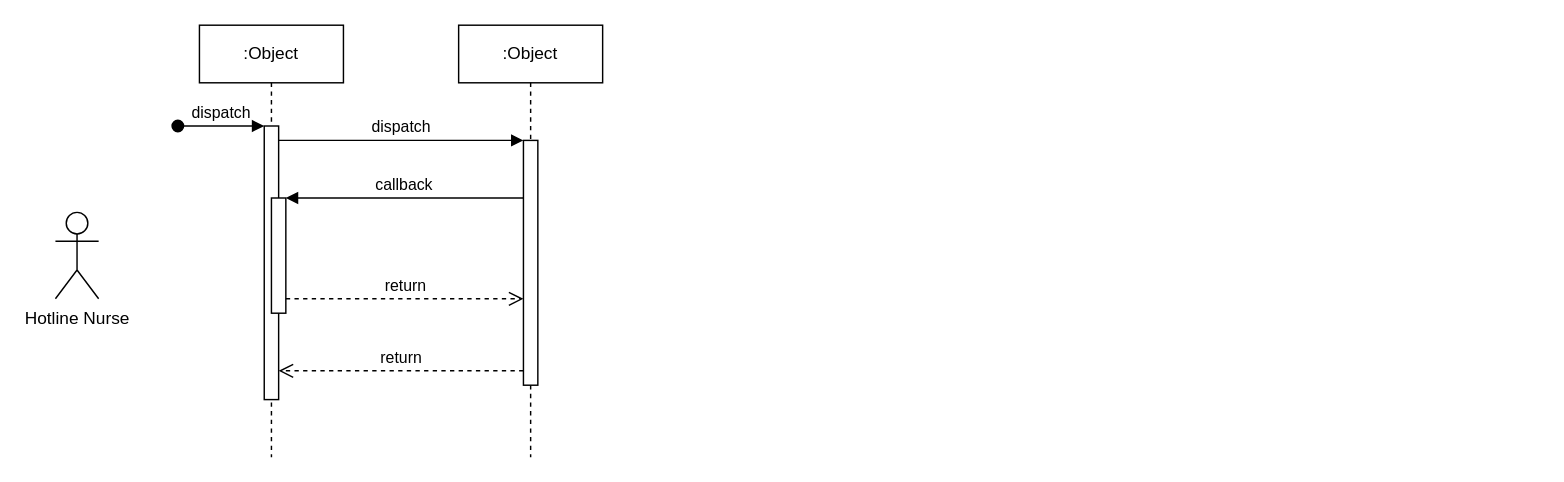
Earlier version of the draw.io diagram AmirWork/Nurse_Hotline_SequenceDiagram.drawio (SENG-350-2024-fall/Team9). Source tidied: cells renumbered, new cells numbered last; positions are measured from the earlier drawing's top-left corner, leaving out a move shared by most shapes. Both pictures are drawn from the tidied source at 144%, with x=0, y=0 at pixel (55, 24).
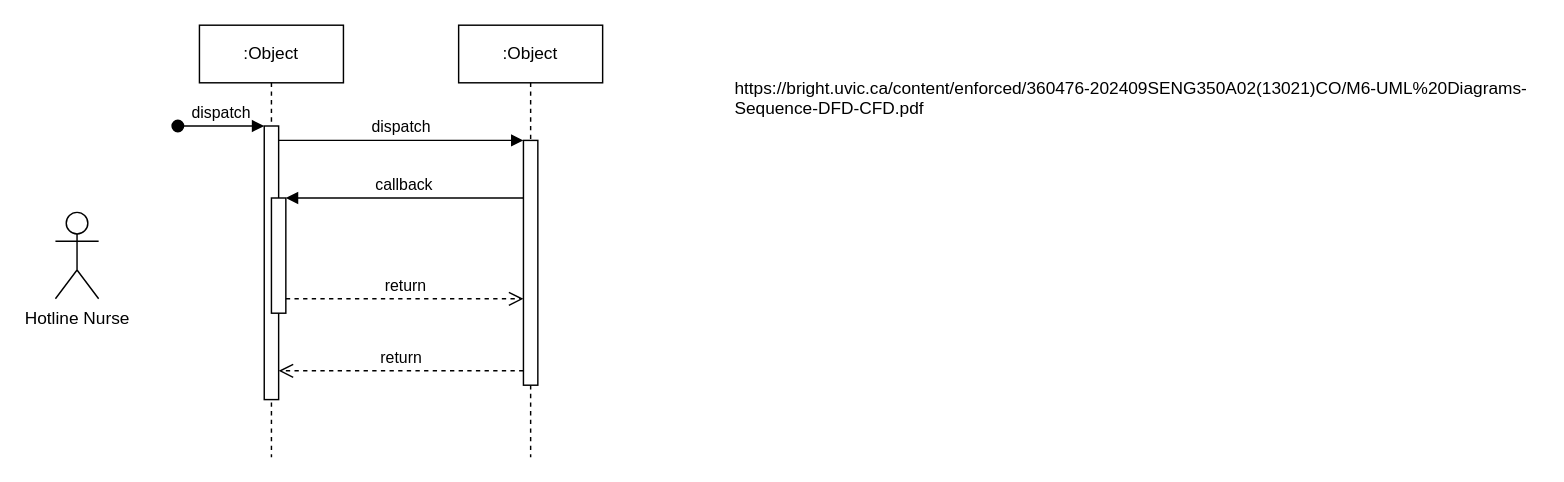
Above is the later version.

The edit, as a diff of the source:
```diff
@@
 <mxGraphModel>
   <root>
     <mxCell id="0" />
     <mxCell id="1" parent="0" />
     <mxCell id="2" value=":Object" style="shape=umlLifeline;perimeter=lifelinePerimeter;whiteSpace=wrap;html=1;newEdgeStyle={&quot;edgeStyle&quot;:&quot;elbowEdgeStyle&quot;,&quot;elbow&quot;:&quot;vertical&quot;,&quot;curved&quot;:0,&quot;rounded&quot;:0};" parent="1" vertex="1">
       <mxGeometry x="100" width="100" height="300" as="geometry" />
     </mxCell>
     <mxCell id="3" style="html=1;points=[];perimeter=orthogonalPerimeter;outlineConnect=0;targetShapes=umlLifeline;portConstraint=eastwest;newEdgeStyle={&quot;edgeStyle&quot;:&quot;elbowEdgeStyle&quot;,&quot;elbow&quot;:&quot;vertical&quot;,&quot;curved&quot;:0,&quot;rounded&quot;:0};" parent="2" vertex="1">
       <mxGeometry x="45" y="70" width="10" height="190" as="geometry" />
     </mxCell>
     <mxCell id="4" value="dispatch" style="html=1;verticalAlign=bottom;startArrow=oval;endArrow=block;startSize=8;edgeStyle=elbowEdgeStyle;elbow=vertical;curved=0;rounded=0;" parent="2" edge="1" target="3">
       <mxGeometry relative="1" as="geometry">
         <mxPoint x="-15" y="70" as="sourcePoint" />
       </mxGeometry>
     </mxCell>
     <mxCell id="5" style="html=1;points=[];perimeter=orthogonalPerimeter;outlineConnect=0;targetShapes=umlLifeline;portConstraint=eastwest;newEdgeStyle={&quot;edgeStyle&quot;:&quot;elbowEdgeStyle&quot;,&quot;elbow&quot;:&quot;vertical&quot;,&quot;curved&quot;:0,&quot;rounded&quot;:0};" parent="2" vertex="1">
       <mxGeometry x="50" y="120" width="10" height="80" as="geometry" />
     </mxCell>
     <mxCell id="6" value=":Object" style="shape=umlLifeline;perimeter=lifelinePerimeter;whiteSpace=wrap;html=1;newEdgeStyle={&quot;edgeStyle&quot;:&quot;elbowEdgeStyle&quot;,&quot;elbow&quot;:&quot;vertical&quot;,&quot;curved&quot;:0,&quot;rounded&quot;:0};" parent="1" vertex="1">
       <mxGeometry x="280" width="100" height="300" as="geometry" />
     </mxCell>
     <mxCell id="7" style="html=1;points=[];perimeter=orthogonalPerimeter;outlineConnect=0;targetShapes=umlLifeline;portConstraint=eastwest;newEdgeStyle={&quot;edgeStyle&quot;:&quot;elbowEdgeStyle&quot;,&quot;elbow&quot;:&quot;vertical&quot;,&quot;curved&quot;:0,&quot;rounded&quot;:0};" parent="6" vertex="1">
       <mxGeometry x="45" y="80" width="10" height="170" as="geometry" />
     </mxCell>
     <mxCell id="8" value="dispatch" style="html=1;verticalAlign=bottom;endArrow=block;edgeStyle=elbowEdgeStyle;elbow=vertical;curved=0;rounded=0;" parent="1" edge="1" source="3" target="7">
       <mxGeometry relative="1" as="geometry">
         <Array as="points">
           <mxPoint x="240" y="80" />
         </Array>
       </mxGeometry>
     </mxCell>
     <mxCell id="9" value="return" style="html=1;verticalAlign=bottom;endArrow=open;dashed=1;endSize=8;edgeStyle=elbowEdgeStyle;elbow=vertical;curved=0;rounded=0;" parent="1" edge="1" source="7" target="3">
       <mxGeometry relative="1" as="geometry">
         <Array as="points">
           <mxPoint x="250" y="240" />
         </Array>
       </mxGeometry>
     </mxCell>
     <mxCell id="10" value="callback" style="html=1;verticalAlign=bottom;endArrow=block;edgeStyle=elbowEdgeStyle;elbow=vertical;curved=0;rounded=0;" parent="1" edge="1" source="7" target="5">
       <mxGeometry relative="1" as="geometry">
         <Array as="points">
           <mxPoint x="250" y="120" />
         </Array>
       </mxGeometry>
     </mxCell>
     <mxCell id="11" value="return" style="html=1;verticalAlign=bottom;endArrow=open;dashed=1;endSize=8;edgeStyle=elbowEdgeStyle;elbow=vertical;curved=0;rounded=0;" parent="1" edge="1" source="5" target="7">
       <mxGeometry relative="1" as="geometry">
         <Array as="points">
           <mxPoint x="240" y="190" />
         </Array>
       </mxGeometry>
     </mxCell>
     <mxCell id="12" value="Hotline Nurse" style="shape=umlActor;verticalLabelPosition=bottom;verticalAlign=top;html=1;" parent="1" vertex="1">
       <mxGeometry y="130" width="30" height="60" as="geometry" />
     </mxCell>
+    <mxCell id="13" value="https://bright.uvic.ca/content/enforced/360476-202409SENG350A02(13021)CO/M6-UML%20Diagrams-Sequence-DFD-CFD.pdf" style="text;whiteSpace=wrap;" parent="1" vertex="1">
+      <mxGeometry x="470" y="30" width="560" height="50" as="geometry" />
+    </mxCell>
   </root>
 </mxGraphModel>
```
